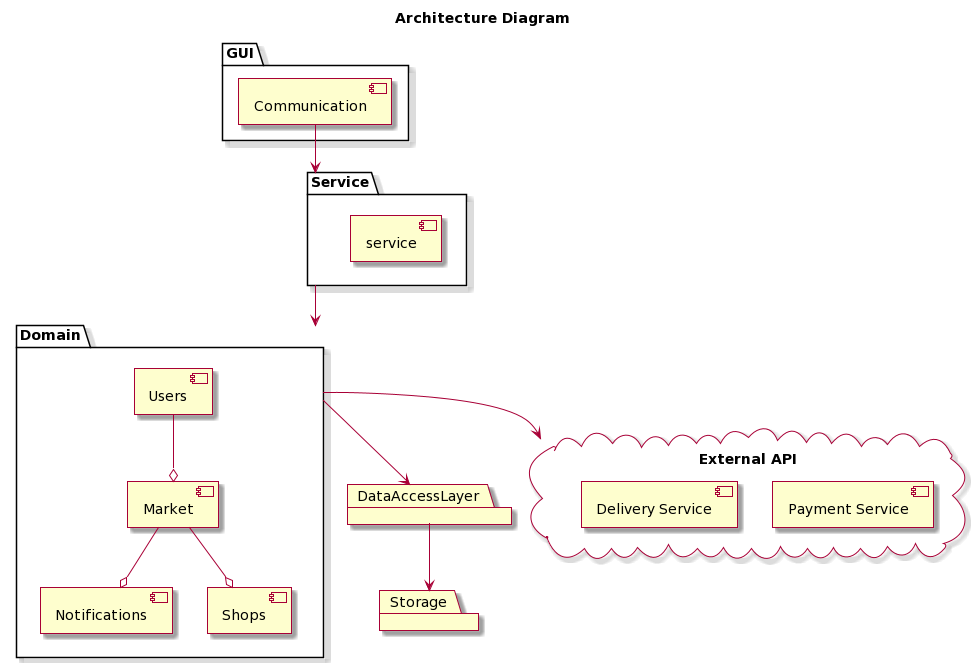
Before: Docs/architecture_diagram.png, a diagram exported from PlantUML (BatelBB/Workshop-on-Software-Engineering-Project). Its diagram source:
```plantuml
@startuml
skin rose

title Architecture Diagram

package "GUI" {
    component [Communication]
}

package "Service" {
    component [service]
}

package "Domain"{
  component [Users]
  component [Notifications]
  component [Shops]
  component [Market]
}

package "DataAccessLayer"{

}

package "Storage"{

}

cloud "External API" as API{
  component [Payment Service]
  component [Delivery Service]
}



Service -down-> Domain
Communication -down-> Service
Domain -down-> DataAccessLayer
DataAccessLayer -down-> Storage

Users --o Market

Market --o Shops
Market --o Notifications

Domain -down-> API
@enduml
```
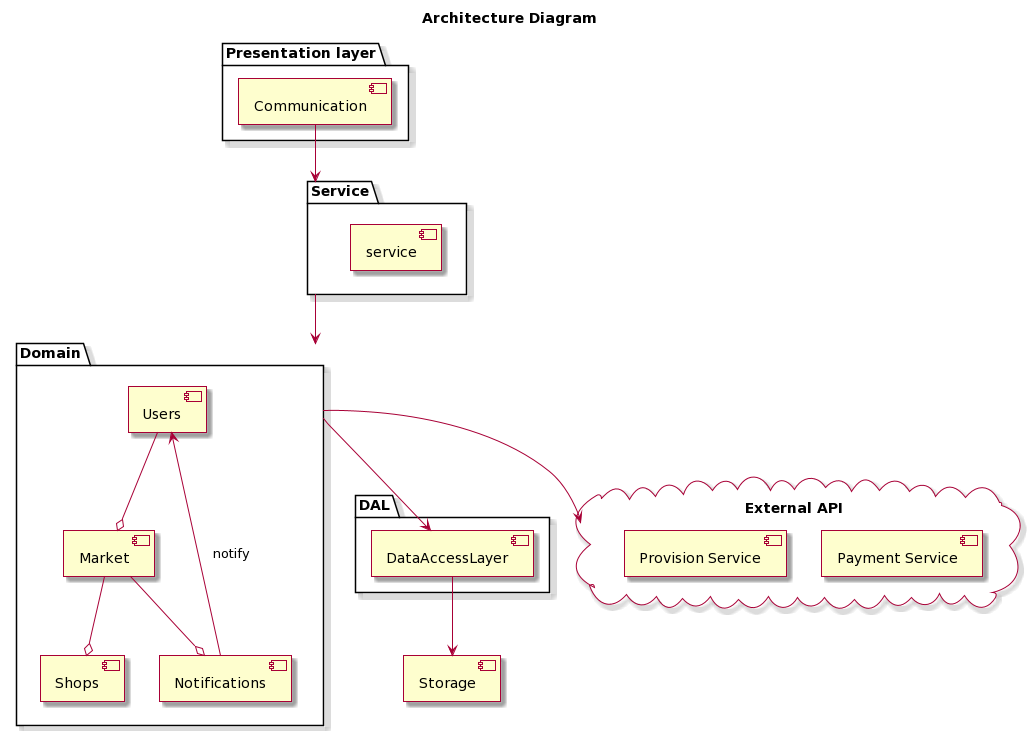
The same file after the commit.

Commit message:
Added robust tests and architecture

What changed in the source:
```diff
@@ -3,7 +3,7 @@
 
 title Architecture Diagram
 
-package "GUI" {
+package "Presentation layer" {
     component [Communication]
 }
 
@@ -18,17 +18,17 @@
   component [Market]
 }
 
-package "DataAccessLayer"{
-
+package "DAL"{
+  component [DataAccessLayer]
 }
 
-package "Storage"{
 
-}
+  component [Storage]
+
 
 cloud "External API" as API{
   component [Payment Service]
-  component [Delivery Service]
+  component [Provision Service]
 }
 
 
@@ -42,6 +42,7 @@
 
 Market --o Shops
 Market --o Notifications
+Notifications -down-> Users : notify
 
 Domain -down-> API
 @enduml
```
